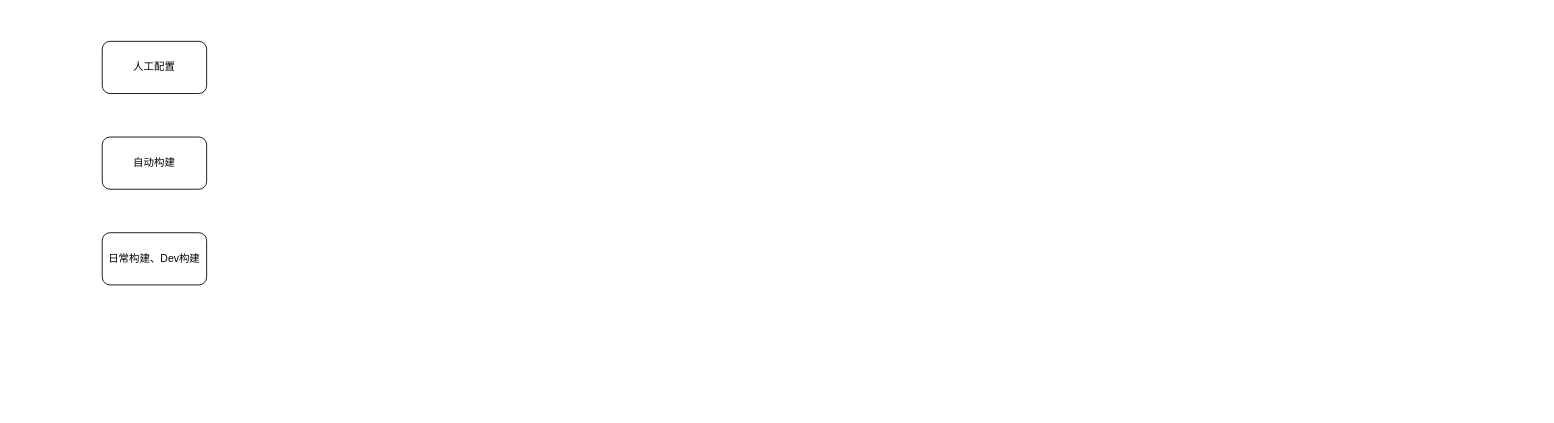
Before: 自动构建流程示意图.drawio in walkwall/drawing, a draw.io diagram. Source tidied: cells renumbered, new cells numbered last; positions are measured from the earlier drawing's top-left corner, leaving out a move shared by most shapes. Both pictures are drawn from the tidied source at 87%, with x=0, y=0 at pixel (102, 41).
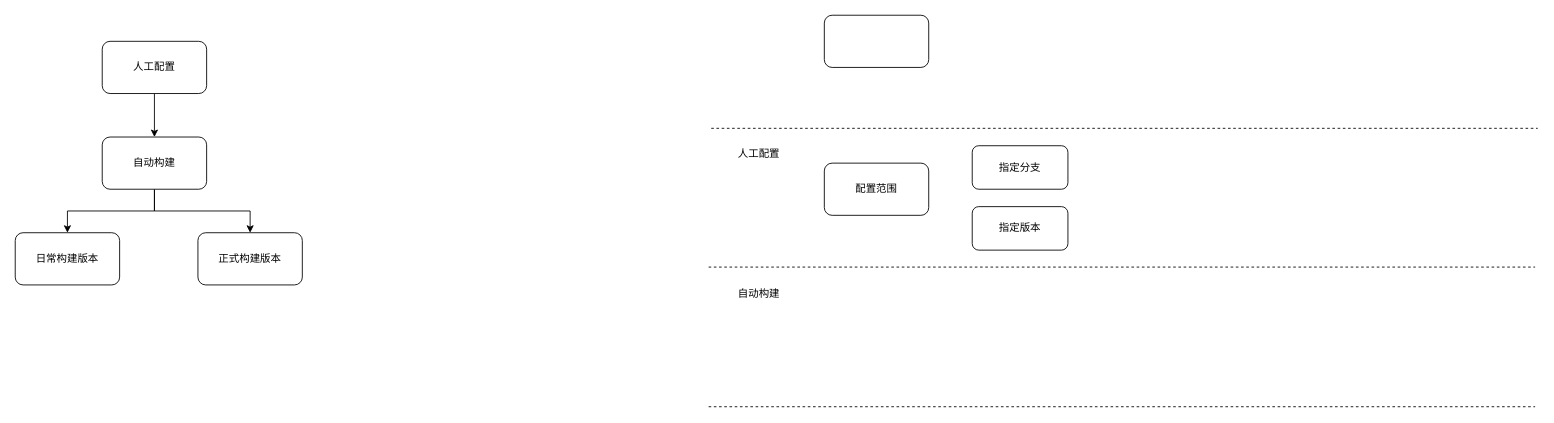
The same page after the edit.

Commit message:
Update 自动构建流程示意图.drawio

The change refers to these unchanged cells:
```xml
<mxCell id="2" value="人工配置" style="rounded=1;whiteSpace=wrap;html=1;" parent="1" vertex="1">
  <mxGeometry width="120" height="60" as="geometry" />
</mxCell>
<mxCell id="3" value="自动构建" style="rounded=1;whiteSpace=wrap;html=1;" parent="1" vertex="1">
  <mxGeometry y="110" width="120" height="60" as="geometry" />
</mxCell>
```

Change to the diagram source:
```diff
@@
+    <mxCell id="5" style="edgeStyle=orthogonalEdgeStyle;rounded=0;jettySize=auto;html=1;" parent="1" edge="1" source="2" target="3">
+      <mxGeometry relative="1" as="geometry" />
+    </mxCell>
@@
+    <mxCell id="6" style="edgeStyle=orthogonalEdgeStyle;rounded=0;jettySize=auto;html=1;entryX=0.5;entryY=0;entryDx=0;entryDy=0;" parent="1" edge="1" source="3" target="8">
+      <mxGeometry relative="1" as="geometry" />
+    </mxCell>
+    <mxCell id="7" style="edgeStyle=orthogonalEdgeStyle;rounded=0;jettySize=auto;html=1;entryX=0.5;entryY=0;entryDx=0;entryDy=0;" parent="1" edge="1" source="3" target="4">
+      <mxGeometry relative="1" as="geometry" />
+    </mxCell>
@@
-    <mxCell id="4" value="日常构建、Dev构建" style="rounded=1;whiteSpace=wrap;html=1;" parent="1" vertex="1">
-      <mxGeometry y="220" width="120" height="60" as="geometry" />
+    <mxCell id="4" value="日常构建版本" style="rounded=1;whiteSpace=wrap;html=1;" parent="1" vertex="1">
+      <mxGeometry x="-100" y="220" width="120" height="60" as="geometry" />
     </mxCell>
+    <mxCell id="8" value="正式构建版本" style="rounded=1;whiteSpace=wrap;html=1;" parent="1" vertex="1">
+      <mxGeometry x="110" y="220" width="120" height="60" as="geometry" />
+    </mxCell>
+    <mxCell id="9" style="endArrow=none;dashed=1;html=1;" parent="1" edge="1">
+      <mxGeometry relative="1" as="geometry">
+        <mxPoint x="700" y="100" as="sourcePoint" />
+        <mxPoint x="1650" y="100" as="targetPoint" />
+      </mxGeometry>
+    </mxCell>
+    <mxCell id="10" value="人工配置" style="text;html=1;strokeColor=none;fillColor=none;align=center;verticalAlign=middle;whiteSpace=wrap;rounded=0;" parent="1" vertex="1">
+      <mxGeometry x="730" y="120" width="50" height="20" as="geometry" />
+    </mxCell>
+    <mxCell id="11" style="endArrow=none;dashed=1;html=1;" parent="1" edge="1">
+      <mxGeometry relative="1" as="geometry">
+        <mxPoint x="697" y="420" as="sourcePoint" />
+        <mxPoint x="1647" y="420" as="targetPoint" />
+      </mxGeometry>
+    </mxCell>
+    <mxCell id="12" style="endArrow=none;dashed=1;html=1;" parent="1" edge="1">
+      <mxGeometry relative="1" as="geometry">
+        <mxPoint x="697" y="259.5" as="sourcePoint" />
+        <mxPoint x="1647" y="259.5" as="targetPoint" />
+      </mxGeometry>
+    </mxCell>
+    <mxCell id="13" value="自动构建" style="text;html=1;strokeColor=none;fillColor=none;align=center;verticalAlign=middle;whiteSpace=wrap;rounded=0;" parent="1" vertex="1">
+      <mxGeometry x="730" y="280" width="50" height="20" as="geometry" />
+    </mxCell>
+    <mxCell id="14" value="指定版本" style="rounded=1;whiteSpace=wrap;html=1;" parent="1" vertex="1">
+      <mxGeometry x="1000" y="190" width="110" height="50" as="geometry" />
+    </mxCell>
+    <mxCell id="15" value="指定分支" style="rounded=1;whiteSpace=wrap;html=1;" parent="1" vertex="1">
+      <mxGeometry x="1000" y="120" width="110" height="50" as="geometry" />
+    </mxCell>
+    <mxCell id="16" value="配置范围" style="rounded=1;whiteSpace=wrap;html=1;" parent="1" vertex="1">
+      <mxGeometry x="830" y="140" width="120" height="60" as="geometry" />
+    </mxCell>
+    <mxCell id="17" style="rounded=1;whiteSpace=wrap;html=1;" parent="1" vertex="1">
+      <mxGeometry x="830" y="-30" width="120" height="60" as="geometry" />
+    </mxCell>
```
